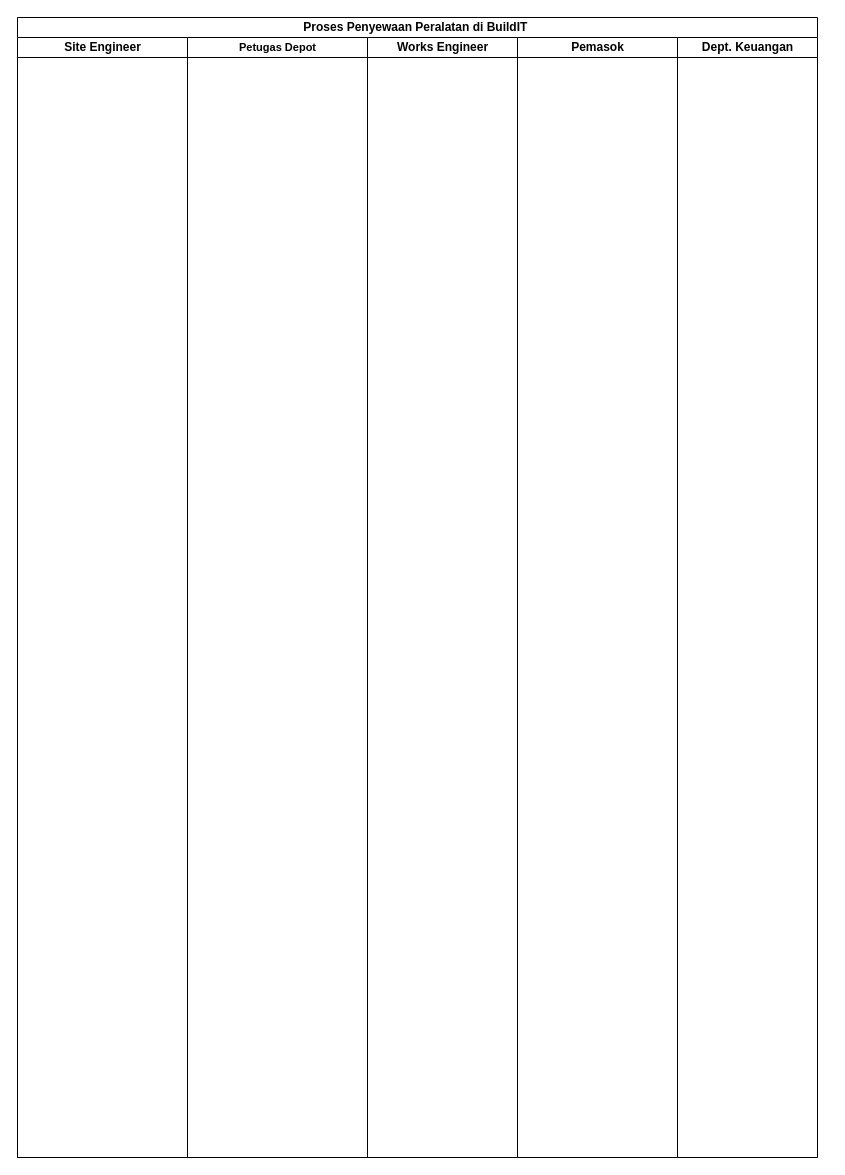
Before: page "Page-3" (3 of 3) of TI-BPM-SIPA.drawio in MHibriziF/SIPA, a draw.io diagram. Source tidied: cells renumbered, new cells numbered last; positions are measured from the earlier drawing's top-left corner, leaving out a move shared by most shapes. Both pictures are drawn from the tidied source at 100%, with x=0, y=0 at pixel (17, 17).
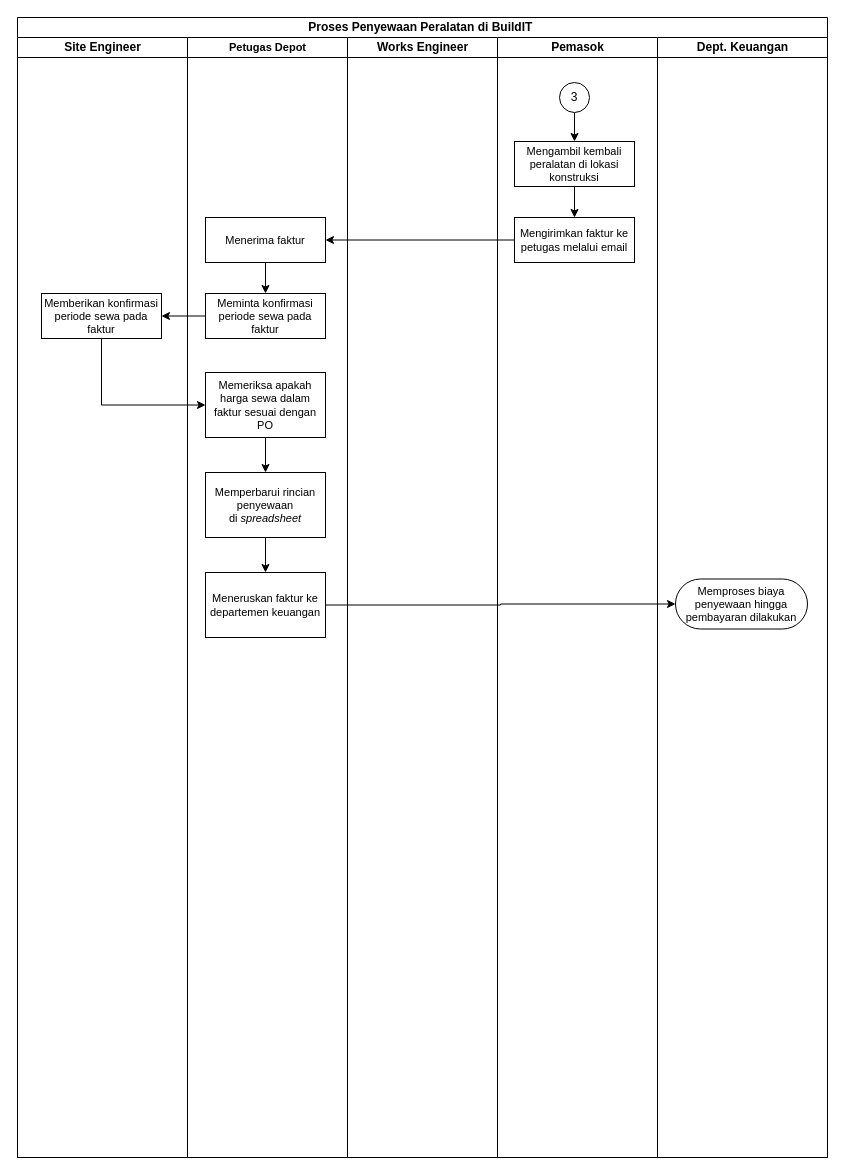
Above is the later version.

Unchanged cells that the change refers to:
```xml
<mxCell id="3" value="Site Engineer" style="swimlane;html=1;startSize=20;labelBorderColor=none;labelBackgroundColor=none;textShadow=0;fontColor=default;" parent="2" vertex="1">
  <mxGeometry y="20" width="170" height="1120" as="geometry" />
</mxCell>
```

The edit, as a diff of the source:
```diff
@@
     <mxCell id="2" value="Proses Penyewaan Peralatan di BuildIT&amp;nbsp;" style="swimlane;html=1;startSize=20;whiteSpace=wrap;gradientColor=none;" parent="1" vertex="1">
-      <mxGeometry width="800" height="1140" as="geometry" />
+      <mxGeometry width="810" height="1140" as="geometry" />
     </mxCell>
@@
+    <mxCell id="8" value="Memberikan konfirmasi periode sewa pada faktur" style="rounded=0;whiteSpace=wrap;html=1;fontSize=11;" parent="3" vertex="1">
+      <mxGeometry x="24" y="256" width="120" height="45" as="geometry" />
+    </mxCell>
     <mxCell id="4" value="Petugas Depot" style="swimlane;html=1;startSize=20;fontSize=11;" parent="2" vertex="1">
-      <mxGeometry x="170" y="20" width="180" height="1120" as="geometry" />
+      <mxGeometry x="170" y="20" width="160" height="1120" as="geometry" />
     </mxCell>
+    <mxCell id="9" style="edgeStyle=orthogonalEdgeStyle;rounded=0;jettySize=auto;html=1;exitX=0.5;exitY=1;exitDx=0;exitDy=0;entryX=0.5;entryY=0;entryDx=0;entryDy=0;" parent="4" edge="1" source="10" target="11">
+      <mxGeometry relative="1" as="geometry" />
+    </mxCell>
+    <mxCell id="10" value="Menerima faktur" style="rounded=0;whiteSpace=wrap;html=1;fontSize=11;" parent="4" vertex="1">
+      <mxGeometry x="18" y="180" width="120" height="45" as="geometry" />
+    </mxCell>
+    <mxCell id="11" value="Meminta konfirmasi periode sewa pada faktur" style="rounded=0;whiteSpace=wrap;html=1;fontSize=11;" parent="4" vertex="1">
+      <mxGeometry x="18" y="256" width="120" height="45" as="geometry" />
+    </mxCell>
+    <mxCell id="12" style="edgeStyle=orthogonalEdgeStyle;rounded=0;jettySize=auto;html=1;" parent="4" edge="1" source="13" target="15">
+      <mxGeometry relative="1" as="geometry" />
+    </mxCell>
+    <mxCell id="13" value="Memeriksa apakah harga sewa dalam faktur sesuai dengan PO" style="rounded=0;whiteSpace=wrap;html=1;fontSize=11;" parent="4" vertex="1">
+      <mxGeometry x="18" y="335" width="120" height="65" as="geometry" />
+    </mxCell>
+    <mxCell id="14" style="edgeStyle=orthogonalEdgeStyle;rounded=0;jettySize=auto;html=1;" parent="4" edge="1" source="15" target="16">
+      <mxGeometry relative="1" as="geometry" />
+    </mxCell>
+    <mxCell id="15" value="Memperbarui rincian penyewaan di&amp;nbsp;&lt;i&gt;spreadsheet&lt;/i&gt;" style="rounded=0;whiteSpace=wrap;html=1;fontSize=11;" parent="4" vertex="1">
+      <mxGeometry x="18" y="435" width="120" height="65" as="geometry" />
+    </mxCell>
+    <mxCell id="16" value="Meneruskan faktur ke departemen keuangan" style="rounded=0;whiteSpace=wrap;html=1;fontSize=11;" parent="4" vertex="1">
+      <mxGeometry x="18" y="535" width="120" height="65" as="geometry" />
+    </mxCell>
     <mxCell id="5" value="Works Engineer" style="swimlane;html=1;startSize=20;" parent="2" vertex="1">
-      <mxGeometry x="350" y="20" width="150" height="1120" as="geometry" />
+      <mxGeometry x="330" y="20" width="150" height="1120" as="geometry" />
     </mxCell>
     <mxCell id="6" value="Pemasok" style="swimlane;html=1;startSize=20;" parent="2" vertex="1">
-      <mxGeometry x="500" y="20" width="160" height="1120" as="geometry" />
+      <mxGeometry x="480" y="20" width="160" height="1120" as="geometry" />
     </mxCell>
+    <mxCell id="17" style="edgeStyle=orthogonalEdgeStyle;rounded=0;jettySize=auto;html=1;" parent="6" edge="1" source="18" target="20">
+      <mxGeometry relative="1" as="geometry" />
+    </mxCell>
+    <mxCell id="18" value="3" style="ellipse;whiteSpace=wrap;html=1;" parent="6" vertex="1">
+      <mxGeometry x="62" y="45" width="30" height="30" as="geometry" />
+    </mxCell>
+    <mxCell id="19" style="edgeStyle=orthogonalEdgeStyle;rounded=0;jettySize=auto;html=1;" parent="6" edge="1" source="20" target="21">
+      <mxGeometry relative="1" as="geometry" />
+    </mxCell>
+    <mxCell id="20" value="Mengambil kembali peralatan di lokasi konstruksi" style="rounded=0;whiteSpace=wrap;html=1;fontSize=11;" parent="6" vertex="1">
+      <mxGeometry x="17" y="104" width="120" height="45" as="geometry" />
+    </mxCell>
+    <mxCell id="21" value="Mengirimkan faktur ke petugas melalui&amp;nbsp;email" style="rounded=0;whiteSpace=wrap;html=1;fontSize=11;" parent="6" vertex="1">
+      <mxGeometry x="17" y="180" width="120" height="45" as="geometry" />
+    </mxCell>
     <mxCell id="7" value="Dept. Keuangan" style="swimlane;html=1;startSize=20;" parent="2" vertex="1">
-      <mxGeometry x="660" y="20" width="140" height="1120" as="geometry" />
+      <mxGeometry x="640" y="20" width="170" height="1120" as="geometry" />
     </mxCell>
+    <mxCell id="22" value="Memproses biaya penyewaan hingga pembayaran dilakukan" style="rounded=1;whiteSpace=wrap;html=1;arcSize=50;fontSize=11;" parent="7" vertex="1">
+      <mxGeometry x="18" y="541.5" width="132" height="50" as="geometry" />
+    </mxCell>
+    <mxCell id="23" style="edgeStyle=orthogonalEdgeStyle;rounded=0;jettySize=auto;html=1;exitX=0;exitY=0.5;exitDx=0;exitDy=0;entryX=1;entryY=0.5;entryDx=0;entryDy=0;" parent="2" edge="1" source="21" target="10">
+      <mxGeometry relative="1" as="geometry" />
+    </mxCell>
+    <mxCell id="24" style="edgeStyle=orthogonalEdgeStyle;rounded=0;jettySize=auto;html=1;exitX=0.5;exitY=1;exitDx=0;exitDy=0;entryX=0;entryY=0.5;entryDx=0;entryDy=0;" parent="2" edge="1" source="8" target="13">
+      <mxGeometry relative="1" as="geometry" />
+    </mxCell>
+    <mxCell id="25" style="edgeStyle=orthogonalEdgeStyle;rounded=0;jettySize=auto;html=1;" parent="2" edge="1" source="11" target="8">
+      <mxGeometry relative="1" as="geometry" />
+    </mxCell>
+    <mxCell id="26" style="edgeStyle=orthogonalEdgeStyle;rounded=0;jettySize=auto;html=1;exitX=1;exitY=0.5;exitDx=0;exitDy=0;entryX=0;entryY=0.5;entryDx=0;entryDy=0;" parent="2" edge="1" source="16" target="22">
+      <mxGeometry relative="1" as="geometry" />
+    </mxCell>
```
